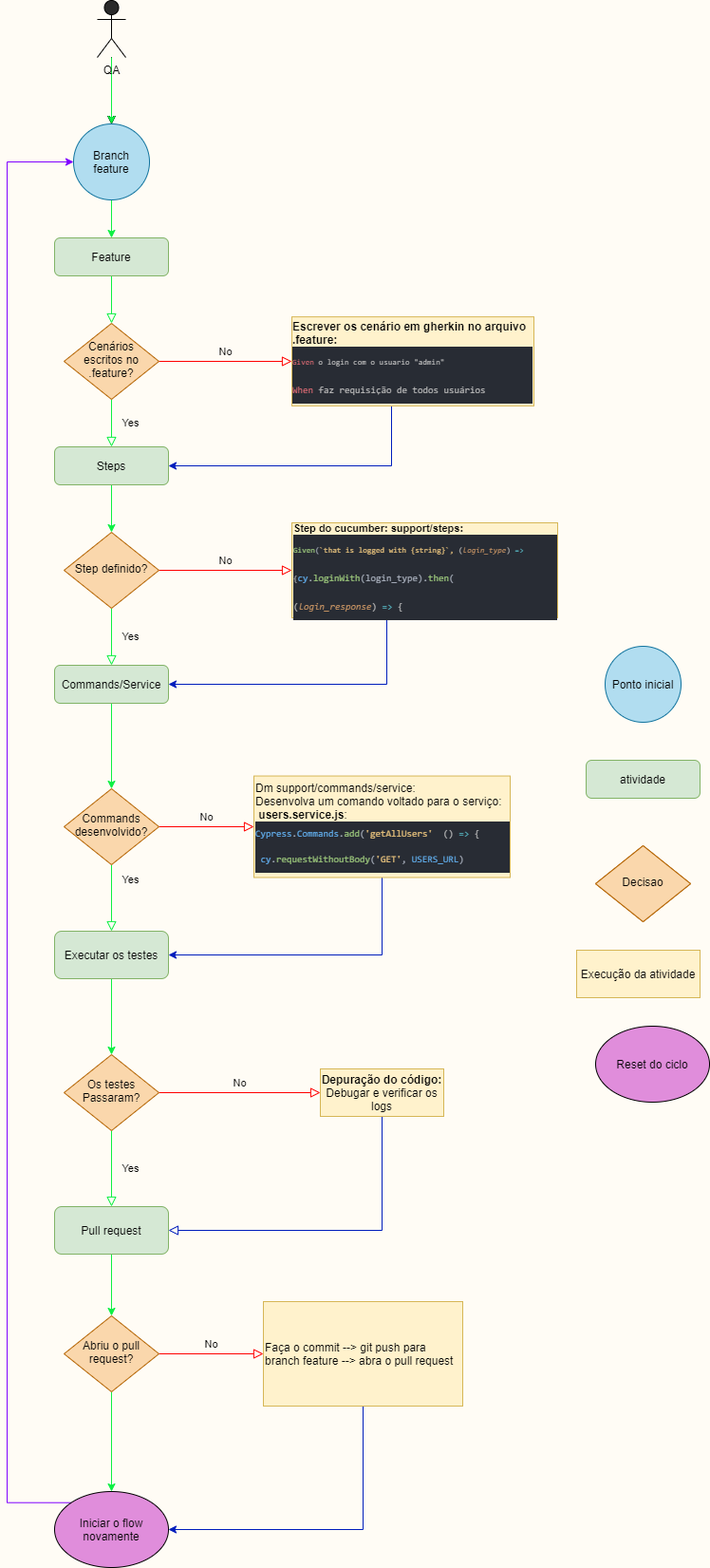
Above: flows/flow_backend.drawio.png in raphaelpalhano/cypress_backend (draw.io), before the change. Source tidied: cells renumbered, new cells last; positions are measured from the earlier drawing's top-left corner, leaving out a move shared by most shapes.
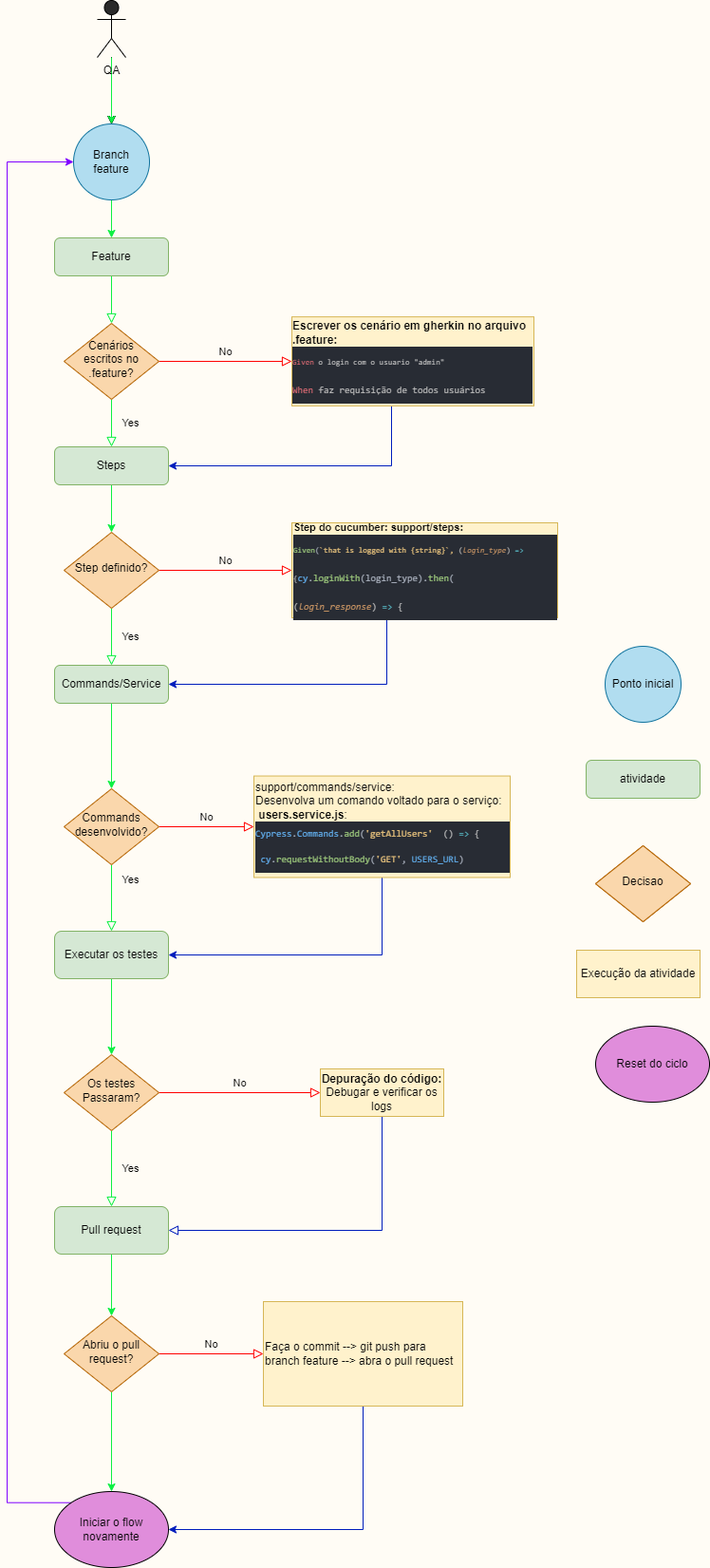
The same file after the commit.

Commit message:
subindo a estrutura para teste

Change to the diagram source:
```diff
@@ -89,7 +89,7 @@
     <mxCell id="30" style="edgeStyle=orthogonalEdgeStyle;rounded=0;jettySize=auto;html=1;exitX=0.5;exitY=1;exitDx=0;exitDy=0;entryX=1;entryY=0.5;entryDx=0;entryDy=0;fillColor=#0050ef;strokeColor=#001DBC;" parent="1" edge="1" source="31" target="51">
       <mxGeometry relative="1" as="geometry" />
     </mxCell>
-    <mxCell id="31" value="&lt;font color=&quot;#000000&quot;&gt;Dm support/commands/service:&lt;br&gt;Desenvolva um comando voltado para o serviço:&lt;br&gt;&amp;nbsp;&lt;b&gt;users.service.js&lt;/b&gt;:&lt;br&gt;&lt;/font&gt;&lt;div style=&quot;background-color: rgb(40 , 44 , 52) ; font-family: &amp;#34;consolas&amp;#34; , &amp;#34;courier new&amp;#34; , monospace ; line-height: 27px ; font-size: 10px&quot;&gt;&lt;div&gt;&lt;span style=&quot;color: rgb(97 , 175 , 239)&quot;&gt;Cypress&lt;/span&gt;&lt;span style=&quot;color: rgb(171 , 178 , 191)&quot;&gt;.&lt;/span&gt;&lt;span style=&quot;color: rgb(97 , 175 , 239)&quot;&gt;Commands&lt;/span&gt;&lt;span style=&quot;color: rgb(171 , 178 , 191)&quot;&gt;.&lt;/span&gt;&lt;span style=&quot;color: rgb(152 , 195 , 121)&quot;&gt;add&lt;/span&gt;&lt;span style=&quot;color: rgb(171 , 178 , 191)&quot;&gt;(&lt;/span&gt;&lt;span style=&quot;color: rgb(229 , 192 , 123)&quot;&gt;'getAllUsers'&lt;/span&gt;&lt;font color=&quot;#abb2bf&quot;&gt;&amp;nbsp; &lt;/font&gt;&lt;font color=&quot;#bbbbbb&quot;&gt;() &lt;/font&gt;&lt;span style=&quot;color: rgb(86 , 182 , 194)&quot;&gt;=&amp;gt;&lt;/span&gt;&lt;font color=&quot;#bbbbbb&quot;&gt; {&amp;nbsp; &amp;nbsp;&lt;/font&gt;&lt;span style=&quot;color: rgb(97 , 175 , 239)&quot;&gt;cy&lt;/span&gt;&lt;span style=&quot;color: rgb(171 , 178 , 191)&quot;&gt;.&lt;/span&gt;&lt;span style=&quot;color: rgb(152 , 195 , 121)&quot;&gt;requestWithoutBody&lt;/span&gt;&lt;span style=&quot;color: rgb(171 , 178 , 191)&quot;&gt;(&lt;/span&gt;&lt;span style=&quot;color: rgb(229 , 192 , 123)&quot;&gt;'GET'&lt;/span&gt;&lt;span style=&quot;color: rgb(171 , 178 , 191)&quot;&gt;,&lt;/span&gt; &lt;span style=&quot;color: rgb(97 , 175 , 239)&quot;&gt;USERS_URL&lt;/span&gt;&lt;span style=&quot;color: rgb(171 , 178 , 191)&quot;&gt;)&lt;/span&gt;&lt;/div&gt;&lt;/div&gt;" style="rounded=1;whiteSpace=wrap;html=1;fontSize=12;glass=0;strokeWidth=1;shadow=0;fillColor=#fff2cc;strokeColor=#d6b656;arcSize=0;align=left;" parent="1" vertex="1">
+    <mxCell id="31" value="&lt;font color=&quot;#000000&quot;&gt;support/commands/service:&lt;br&gt;Desenvolva um comando voltado para o serviço:&lt;br&gt;&amp;nbsp;&lt;b&gt;users.service.js&lt;/b&gt;:&lt;br&gt;&lt;/font&gt;&lt;div style=&quot;background-color: rgb(40 , 44 , 52) ; font-family: &amp;#34;consolas&amp;#34; , &amp;#34;courier new&amp;#34; , monospace ; line-height: 27px ; font-size: 10px&quot;&gt;&lt;div&gt;&lt;span style=&quot;color: rgb(97 , 175 , 239)&quot;&gt;Cypress&lt;/span&gt;&lt;span style=&quot;color: rgb(171 , 178 , 191)&quot;&gt;.&lt;/span&gt;&lt;span style=&quot;color: rgb(97 , 175 , 239)&quot;&gt;Commands&lt;/span&gt;&lt;span style=&quot;color: rgb(171 , 178 , 191)&quot;&gt;.&lt;/span&gt;&lt;span style=&quot;color: rgb(152 , 195 , 121)&quot;&gt;add&lt;/span&gt;&lt;span style=&quot;color: rgb(171 , 178 , 191)&quot;&gt;(&lt;/span&gt;&lt;span style=&quot;color: rgb(229 , 192 , 123)&quot;&gt;'getAllUsers'&lt;/span&gt;&lt;font color=&quot;#abb2bf&quot;&gt;&amp;nbsp; &lt;/font&gt;&lt;font color=&quot;#bbbbbb&quot;&gt;() &lt;/font&gt;&lt;span style=&quot;color: rgb(86 , 182 , 194)&quot;&gt;=&amp;gt;&lt;/span&gt;&lt;font color=&quot;#bbbbbb&quot;&gt; {&amp;nbsp; &amp;nbsp;&lt;/font&gt;&lt;span style=&quot;color: rgb(97 , 175 , 239)&quot;&gt;cy&lt;/span&gt;&lt;span style=&quot;color: rgb(171 , 178 , 191)&quot;&gt;.&lt;/span&gt;&lt;span style=&quot;color: rgb(152 , 195 , 121)&quot;&gt;requestWithoutBody&lt;/span&gt;&lt;span style=&quot;color: rgb(171 , 178 , 191)&quot;&gt;(&lt;/span&gt;&lt;span style=&quot;color: rgb(229 , 192 , 123)&quot;&gt;'GET'&lt;/span&gt;&lt;span style=&quot;color: rgb(171 , 178 , 191)&quot;&gt;,&lt;/span&gt; &lt;span style=&quot;color: rgb(97 , 175 , 239)&quot;&gt;USERS_URL&lt;/span&gt;&lt;span style=&quot;color: rgb(171 , 178 , 191)&quot;&gt;)&lt;/span&gt;&lt;/div&gt;&lt;/div&gt;" style="rounded=1;whiteSpace=wrap;html=1;fontSize=12;glass=0;strokeWidth=1;shadow=0;fillColor=#fff2cc;strokeColor=#d6b656;arcSize=0;align=left;" parent="1" vertex="1">
       <mxGeometry x="260" y="816.6" width="270" height="106.9" as="geometry" />
     </mxCell>
     <mxCell id="32" style="edgeStyle=orthogonalEdgeStyle;rounded=0;orthogonalLoop=1;jettySize=auto;html=1;" parent="1" edge="1">
```
